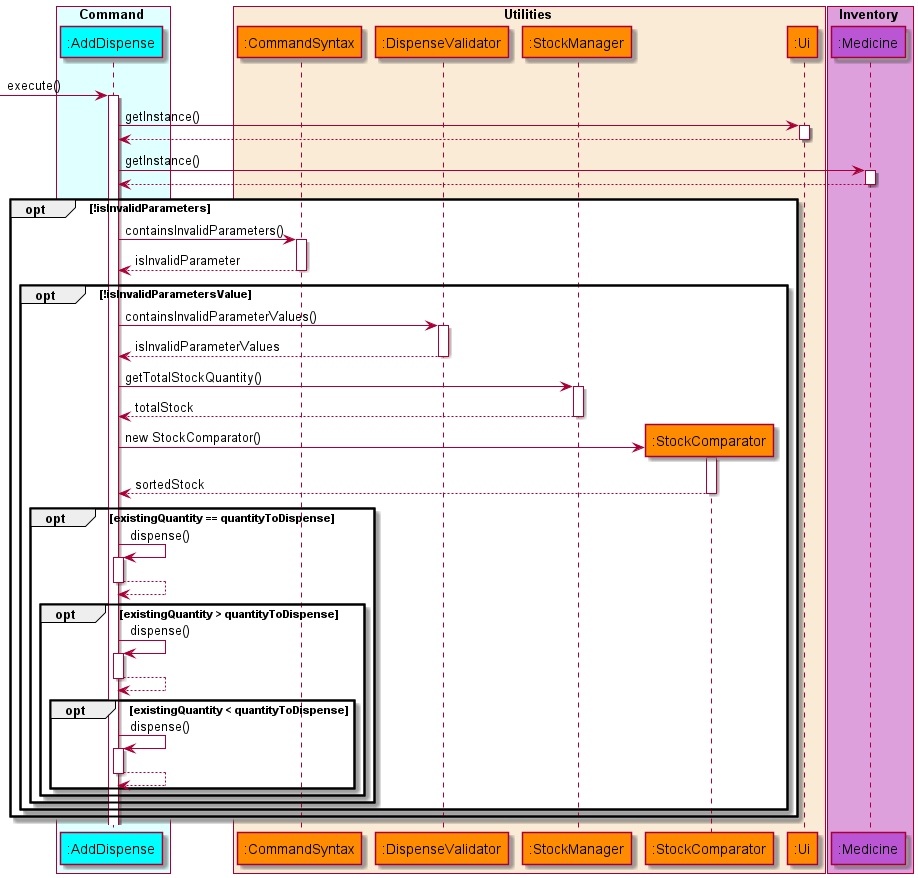
Earlier version of the PlantUML export docs/diagrams/diagram_images/AddDispenseSequenceDiagram.png (nus-cs2113-AY2122S1/tp).
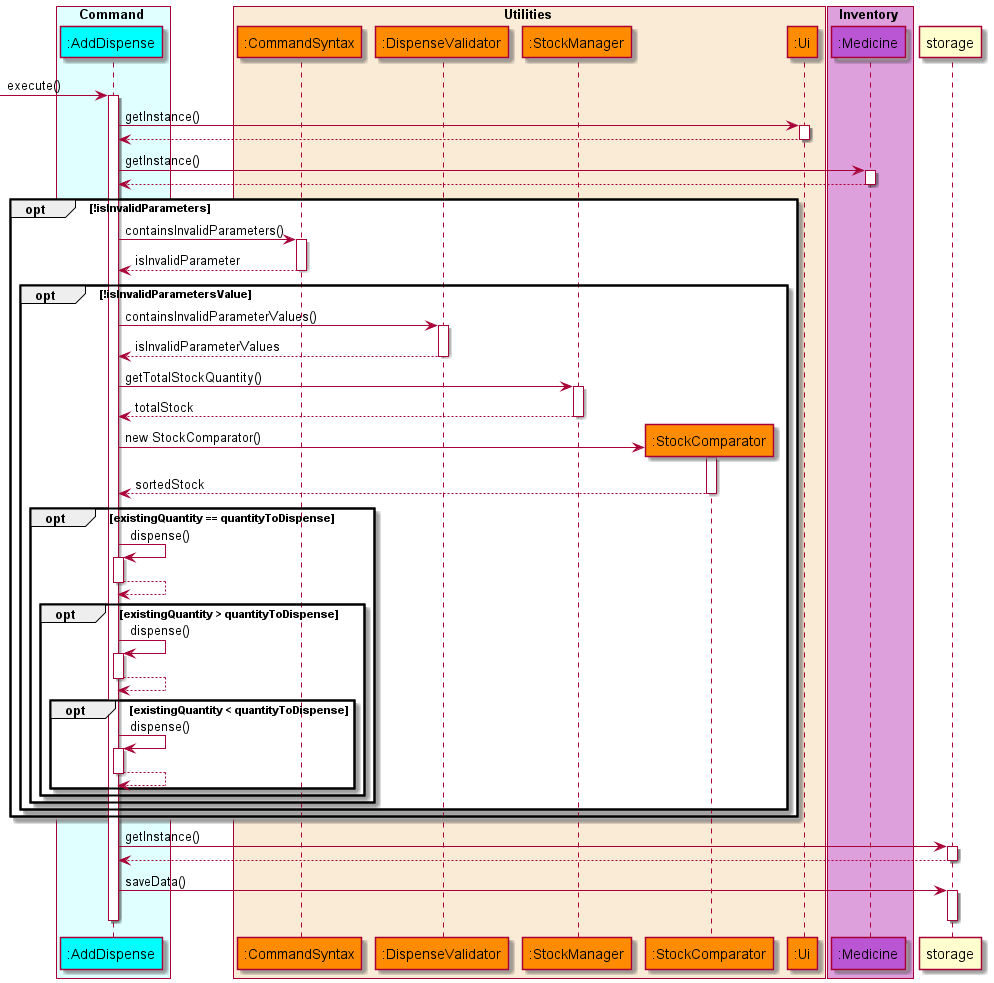
After the change.

Commit message:
update sequence diagram and DG

Diff of the diagram source:
```diff
@@ -55,4 +55,9 @@
         end
     end
 end
+        adddispense -> storage: getInstance()
+        adddispense <-- storage
+        adddispense -> storage: saveData()
+    deactivate adddispense
+    deactivate storage
 @enduml
```
